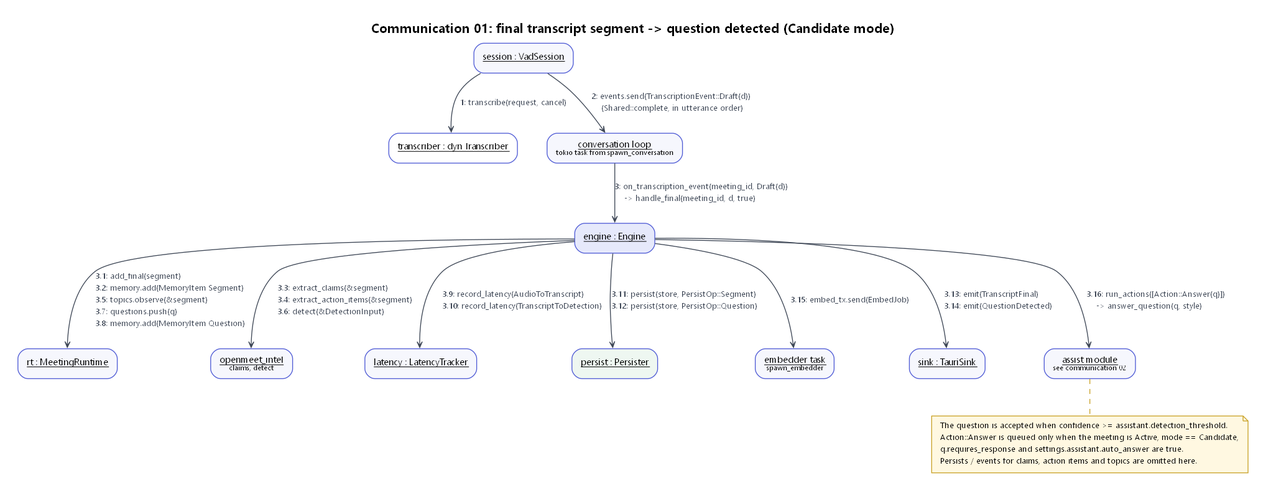
This is diagrams/uml/communication/communication-01-final-transcript-to-question.png from AekamSidhu/Major-Project, a Graphviz export, as it was before one commit. Its source is kept beside it as diagrams/uml/communication/communication-01-final-transcript-to-question.dot. Its diagram source:
```dot
digraph communication01 {
  graph [fontname="Segoe UI", fontsize=16, labelloc=t, nodesep=0.5, ranksep=0.6, pad=0.3, bgcolor="#FFFFFF",
         label=<<B>Communication 01: final transcript segment -&gt; question detected (Candidate mode)</B>>];
  node  [fontname="Segoe UI", fontsize=11, shape=box, style="rounded,filled", fillcolor="#F6F7FD", color="#4F5BD5", margin="0.15,0.08"];
  edge  [fontname="Segoe UI", fontsize=10, color="#3E4756", fontcolor="#3E4756", arrowhead=vee, arrowsize=0.7];

  vad    [label=<<U>session : VadSession</U>>];
  tr     [label=<<U>transcriber : dyn Transcriber</U>>, fillcolor="#FFFFFF"];
  loop   [label=<<U>conversation loop</U><BR/><FONT POINT-SIZE="9">tokio task from spawn_conversation</FONT>>];
  engine [label=<<U>engine : Engine</U>>, fillcolor="#E6E9FB"];
  rt     [label=<<U>rt : MeetingRuntime</U>>];
  intel  [label=<<U>openmeet_intel</U><BR/><FONT POINT-SIZE="9">claims, detect</FONT>>];
  lat    [label=<<U>latency : LatencyTracker</U>>];
  per    [label=<<U>persist : Persister</U>>, fillcolor="#EEF7F1"];
  emb    [label=<<U>embedder task</U><BR/><FONT POINT-SIZE="9">spawn_embedder</FONT>>];
  sink   [label=<<U>sink : TauriSink</U>>];
  assist [label=<<U>assist module</U><BR/><FONT POINT-SIZE="9">see communication 02</FONT>>];

  vad -> tr     [label="1: transcribe(request, cancel)"];
  vad -> loop   [label="2: events.send(TranscriptionEvent::Draft(d))\l    (Shared::complete, in utterance order)\l"];
  loop -> engine [label="3: on_transcription_event(meeting_id, Draft(d))\l    -> handle_final(meeting_id, d, true)\l"];
  engine -> rt  [label="3.1: add_final(segment)\l3.2: memory.add(MemoryItem Segment)\l3.5: topics.observe(&segment)\l3.7: questions.push(q)\l3.8: memory.add(MemoryItem Question)\l"];
  engine -> intel [label="3.3: extract_claims(&segment)\l3.4: extract_action_items(&segment)\l3.6: detect(&DetectionInput)\l"];
  engine -> lat [label="3.9: record_latency(AudioToTranscript)\l3.10: record_latency(TranscriptToDetection)\l"];
  engine -> per [label="3.11: persist(store, PersistOp::Segment)\l3.12: persist(store, PersistOp::Question)\l"];
  engine -> sink [label="3.13: emit(TranscriptFinal)\l3.14: emit(QuestionDetected)\l"];
  engine -> emb [label="3.15: embed_tx.send(EmbedJob)"];
  engine -> assist [label="3.16: run_actions([Action::Answer(q)])\l    -> answer_question(q, style)\l"];

  note [shape=note, style=filled, fillcolor="#FFF8E1", color="#C9A227", fontsize=10,
        label="The question is accepted when confidence >= assistant.detection_threshold.\lAction::Answer is queued only when the meeting is Active, mode == Candidate,\lq.requires_response and settings.assistant.auto_answer are true.\lPersists / events for claims, action items and topics are omitted here.\l"];
  assist -> note [style=dashed, arrowhead=none, color="#C9A227"];
}
```
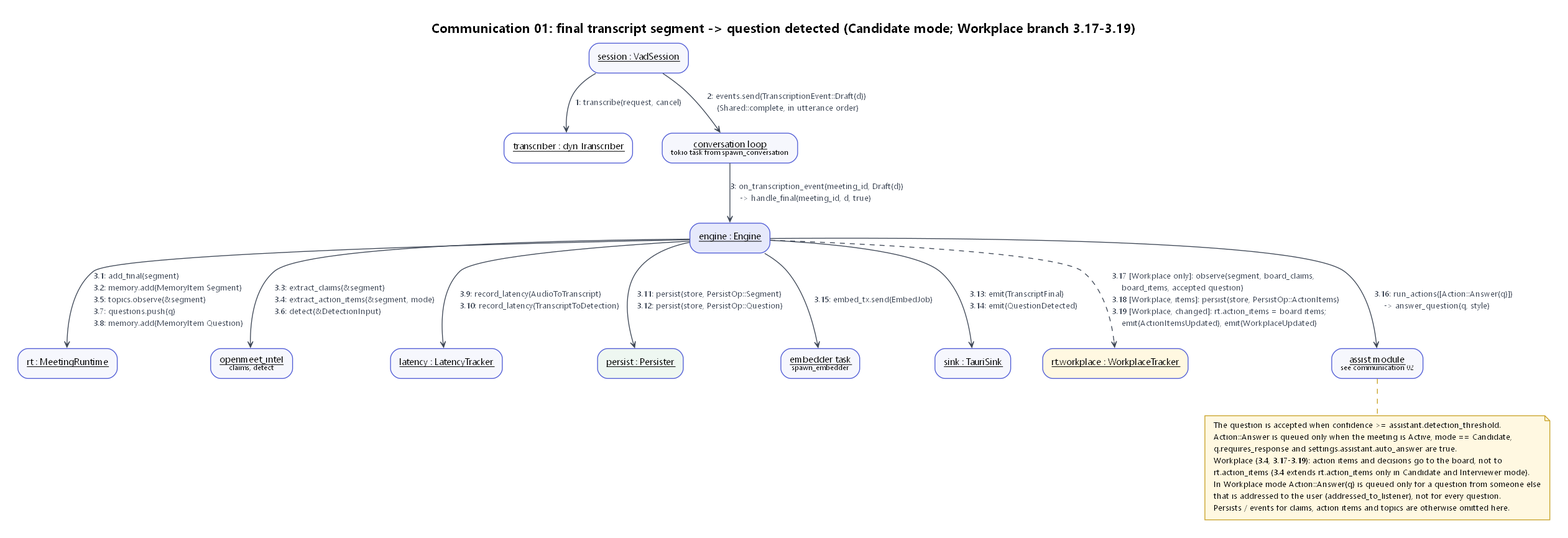
The same file after the commit.

Commit message:
Show the workplace board split in the final-segment sequence and communication diagrams

Diff of the diagram source:
```diff
@@ -1,6 +1,6 @@
 digraph communication01 {
   graph [fontname="Segoe UI", fontsize=16, labelloc=t, nodesep=0.5, ranksep=0.6, pad=0.3, bgcolor="#FFFFFF",
-         label=<<B>Communication 01: final transcript segment -&gt; question detected (Candidate mode)</B>>];
+         label=<<B>Communication 01: final transcript segment -&gt; question detected (Candidate mode; Workplace branch 3.17-3.19)</B>>];
   node  [fontname="Segoe UI", fontsize=11, shape=box, style="rounded,filled", fillcolor="#F6F7FD", color="#4F5BD5", margin="0.15,0.08"];
   edge  [fontname="Segoe UI", fontsize=10, color="#3E4756", fontcolor="#3E4756", arrowhead=vee, arrowsize=0.7];
 
@@ -14,20 +14,22 @@
   per    [label=<<U>persist : Persister</U>>, fillcolor="#EEF7F1"];
   emb    [label=<<U>embedder task</U><BR/><FONT POINT-SIZE="9">spawn_embedder</FONT>>];
   sink   [label=<<U>sink : TauriSink</U>>];
+  wp     [label=<<U>rt.workplace : WorkplaceTracker</U>>, fillcolor="#FFF8E1"];
   assist [label=<<U>assist module</U><BR/><FONT POINT-SIZE="9">see communication 02</FONT>>];
 
   vad -> tr     [label="1: transcribe(request, cancel)"];
   vad -> loop   [label="2: events.send(TranscriptionEvent::Draft(d))\l    (Shared::complete, in utterance order)\l"];
   loop -> engine [label="3: on_transcription_event(meeting_id, Draft(d))\l    -> handle_final(meeting_id, d, true)\l"];
   engine -> rt  [label="3.1: add_final(segment)\l3.2: memory.add(MemoryItem Segment)\l3.5: topics.observe(&segment)\l3.7: questions.push(q)\l3.8: memory.add(MemoryItem Question)\l"];
-  engine -> intel [label="3.3: extract_claims(&segment)\l3.4: extract_action_items(&segment)\l3.6: detect(&DetectionInput)\l"];
+  engine -> intel [label="3.3: extract_claims(&segment)\l3.4: extract_action_items(&segment, mode)\l3.6: detect(&DetectionInput)\l"];
   engine -> lat [label="3.9: record_latency(AudioToTranscript)\l3.10: record_latency(TranscriptToDetection)\l"];
   engine -> per [label="3.11: persist(store, PersistOp::Segment)\l3.12: persist(store, PersistOp::Question)\l"];
   engine -> sink [label="3.13: emit(TranscriptFinal)\l3.14: emit(QuestionDetected)\l"];
   engine -> emb [label="3.15: embed_tx.send(EmbedJob)"];
   engine -> assist [label="3.16: run_actions([Action::Answer(q)])\l    -> answer_question(q, style)\l"];
+  engine -> wp [style=dashed, label="3.17 [Workplace only]: observe(segment, board_claims,\l    board_items, accepted question)\l3.18 [Workplace, items]: persist(store, PersistOp::ActionItems)\l3.19 [Workplace, changed]: rt.action_items = board items;\l    emit(ActionItemsUpdated), emit(WorkplaceUpdated)\l"];
 
   note [shape=note, style=filled, fillcolor="#FFF8E1", color="#C9A227", fontsize=10,
-        label="The question is accepted when confidence >= assistant.detection_threshold.\lAction::Answer is queued only when the meeting is Active, mode == Candidate,\lq.requires_response and settings.assistant.auto_answer are true.\lPersists / events for claims, action items and topics are omitted here.\l"];
+        label="The question is accepted when confidence >= assistant.detection_threshold.\lAction::Answer is queued only when the meeting is Active, mode == Candidate,\lq.requires_response and settings.assistant.auto_answer are true.\lWorkplace (3.4, 3.17-3.19): action items and decisions go to the board, not to\lrt.action_items (3.4 extends rt.action_items only in Candidate and Interviewer mode).\lIn Workplace mode Action::Answer(q) is queued only for a question from someone else\lthat is addressed to the user (addressed_to_listener), not for every question.\lPersists / events for claims, action items and topics are otherwise omitted here.\l"];
   assist -> note [style=dashed, arrowhead=none, color="#C9A227"];
 }
```
